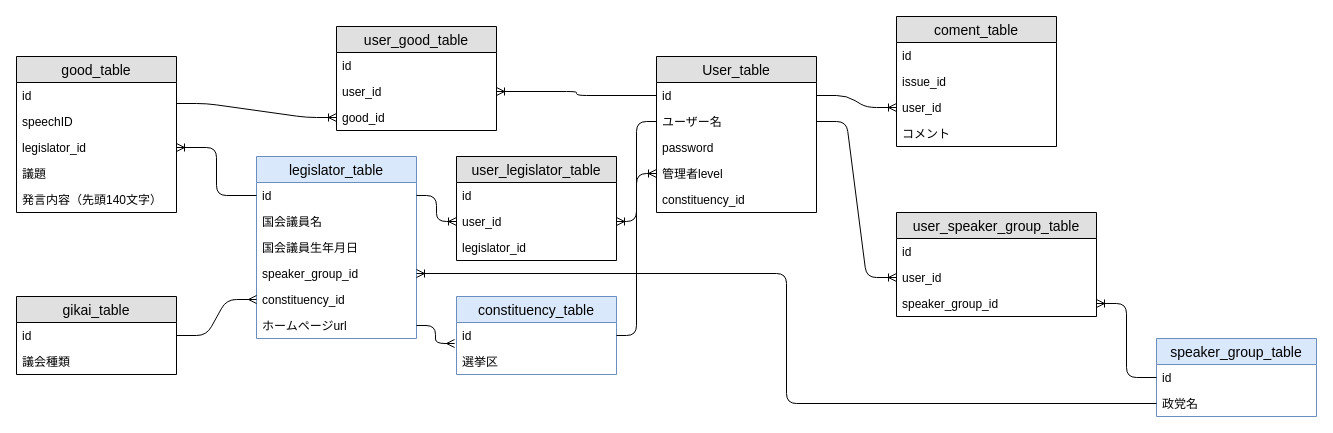
Earlier version of the draw.io diagram er図.drawio (tukuhuse/myportfolio). Source tidied: cells renumbered, new cells numbered last; positions are measured from the earlier drawing's top-left corner, leaving out a move shared by most shapes. Both pictures are drawn from the tidied source at 100%, with x=0, y=0 at pixel (16, 16).
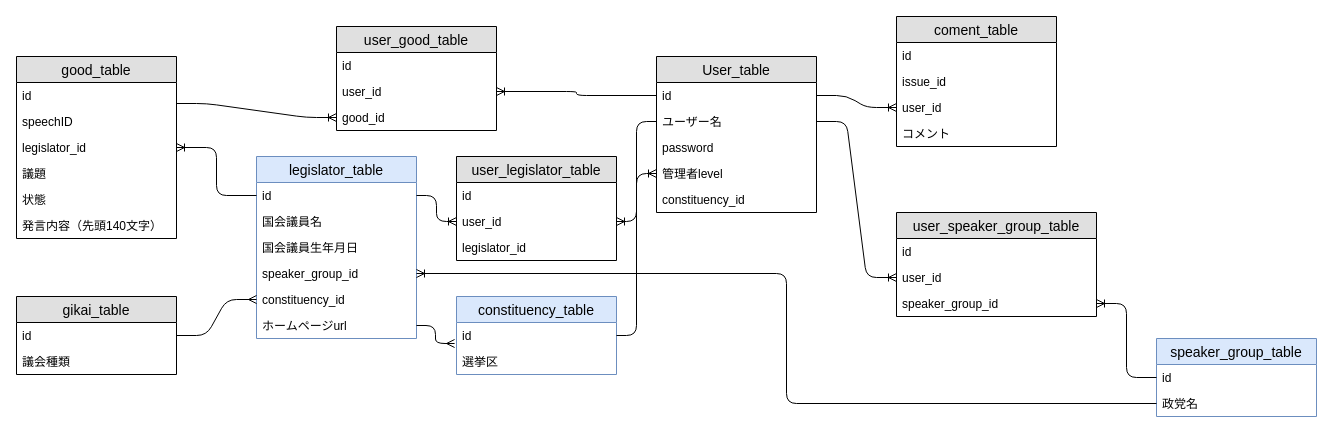
Above is the later version.

Commit message:
good_tableに状態を追加

The edit, as a diff of the source:
```diff
@@
     <mxCell id="2" value="good_table" style="swimlane;fontStyle=0;horizontal=1;startSize=26;fillColor=#e0e0e0;swimlaneFillColor=#ffffff;align=center;fontSize=14;" parent="1" vertex="1">
-      <mxGeometry y="40" width="160" height="156" as="geometry" />
+      <mxGeometry y="40" width="160" height="182" as="geometry" />
     </mxCell>
@@
+    <mxCell id="59" value="状態" style="text;strokeColor=none;fillColor=none;spacingLeft=4;spacingRight=4;overflow=hidden;fontSize=12;" parent="2" vertex="1">
+      <mxGeometry y="130" width="160" height="26" as="geometry" />
+    </mxCell>
     <mxCell id="7" value="発言内容（先頭140文字）" style="text;strokeColor=none;fillColor=none;spacingLeft=4;spacingRight=4;overflow=hidden;fontSize=12;" parent="2" vertex="1">
-      <mxGeometry y="130" width="160" height="26" as="geometry" />
+      <mxGeometry y="156" width="160" height="26" as="geometry" />
     </mxCell>
```
